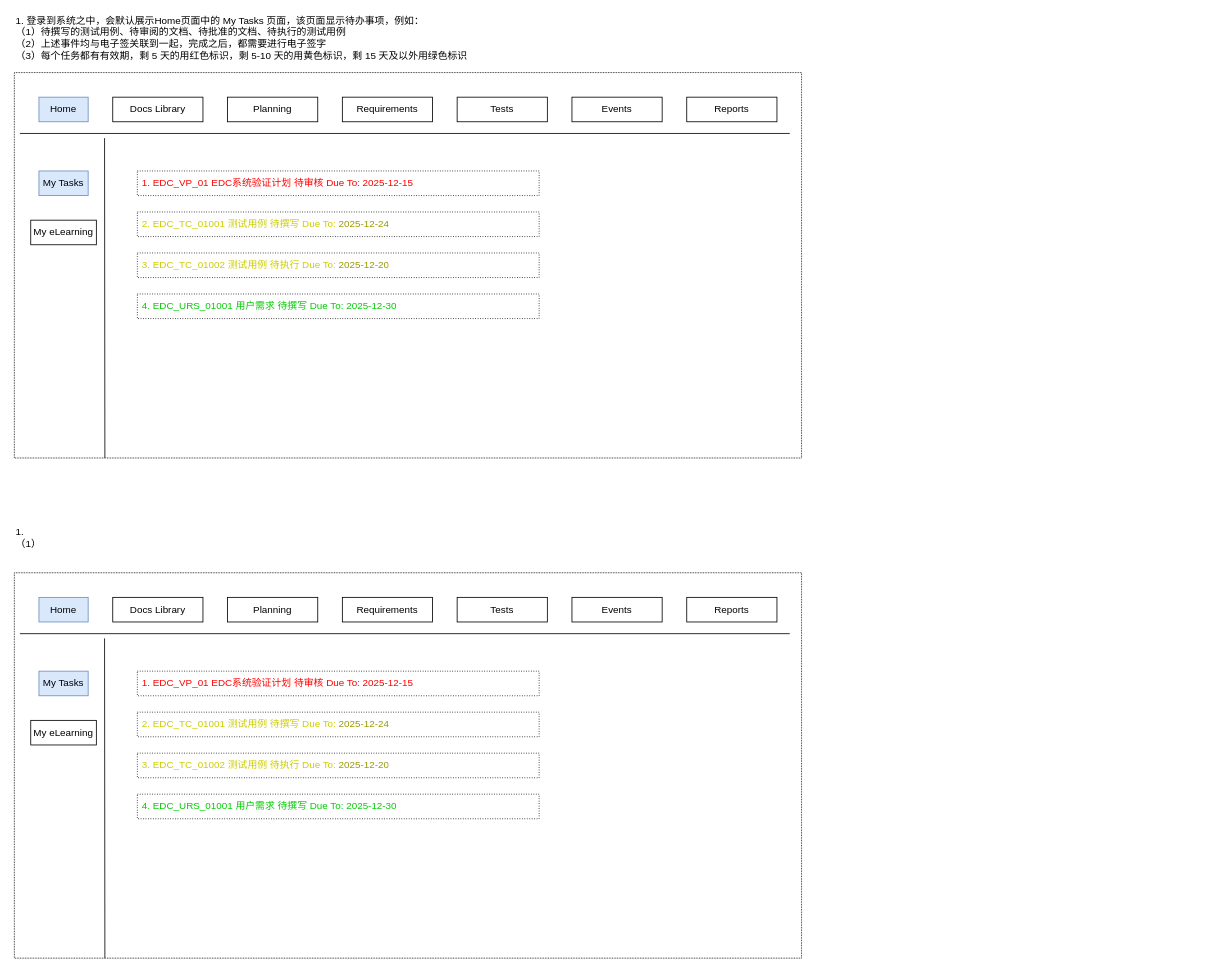
Earlier version of the draw.io diagram DrawIO/计算机化系统验证原型.drawio (religou/religou). Source tidied: cells renumbered, new cells numbered last; positions are measured from the earlier drawing's top-left corner, leaving out a move shared by most shapes. Both pictures are drawn from the tidied source at 82%, with x=0, y=0 at pixel (14, 31).
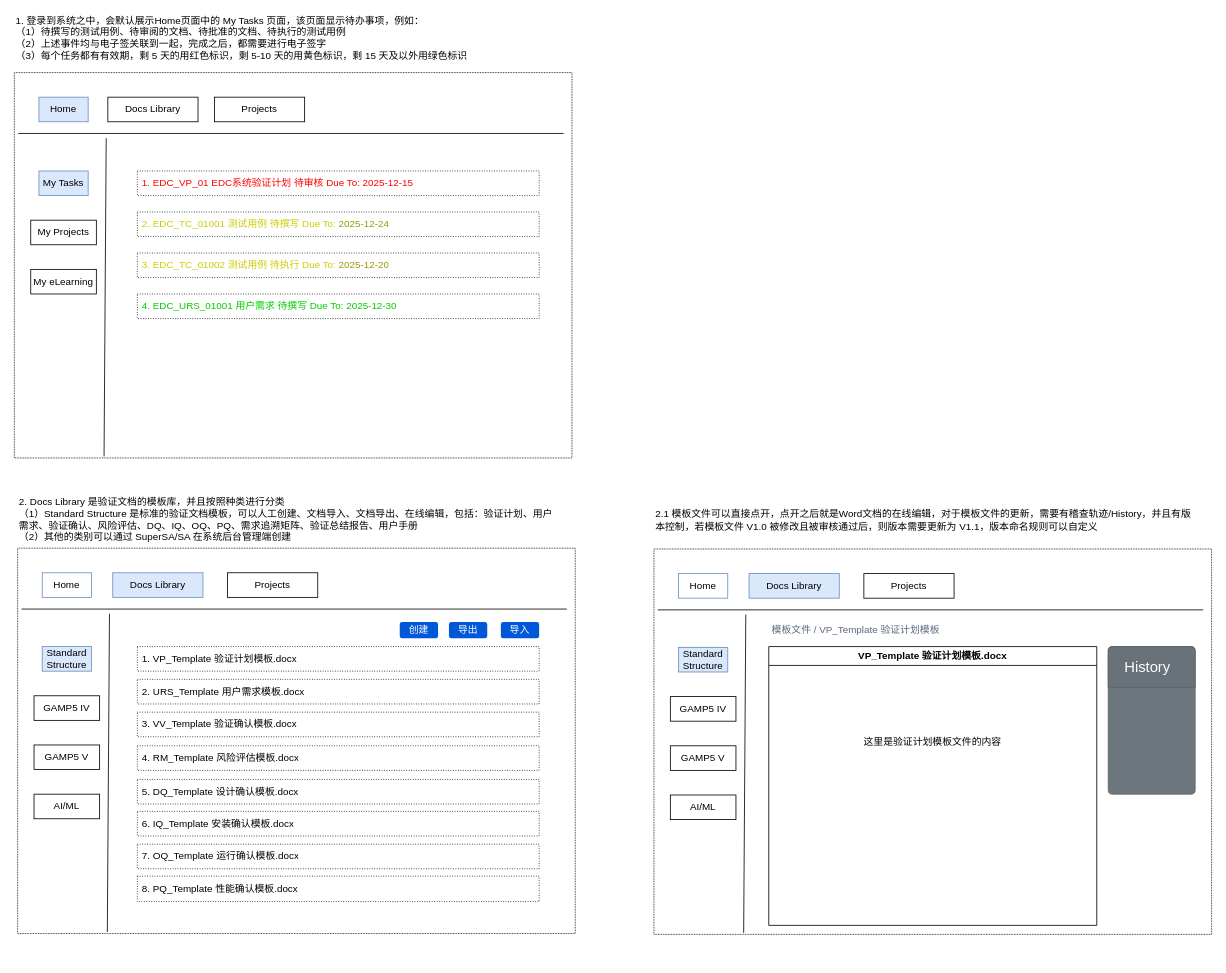
The same page after the edit.

Commit message:
更新计算机化系统验证原型.drawio

What changed in the source:
```diff
@@
     <mxCell id="2" style="rounded=0;whiteSpace=wrap;html=1;dashed=1;dashPattern=1 1;fillColor=none;" parent="1" vertex="1">
-      <mxGeometry y="50" width="960" height="470" as="geometry" />
+      <mxGeometry y="50" width="680" height="470" as="geometry" />
     </mxCell>
@@
     <mxCell id="5" value="Docs Library" style="text;html=1;whiteSpace=wrap;strokeColor=default;fillColor=none;align=center;verticalAlign=middle;rounded=0;" parent="1" vertex="1">
-      <mxGeometry x="120" y="80" width="110" height="30" as="geometry" />
+      <mxGeometry x="114" y="80" width="110" height="30" as="geometry" />
     </mxCell>
-    <mxCell id="6" value="Planning" style="text;html=1;whiteSpace=wrap;strokeColor=default;fillColor=none;align=center;verticalAlign=middle;rounded=0;" parent="1" vertex="1">
-      <mxGeometry x="260" y="80" width="110" height="30" as="geometry" />
-    </mxCell>
-    <mxCell id="7" value="Requirements" style="text;html=1;whiteSpace=wrap;strokeColor=default;fillColor=none;align=center;verticalAlign=middle;rounded=0;" parent="1" vertex="1">
-      <mxGeometry x="400" y="80" width="110" height="30" as="geometry" />
-    </mxCell>
-    <mxCell id="8" value="Tests" style="text;html=1;whiteSpace=wrap;strokeColor=default;fillColor=none;align=center;verticalAlign=middle;rounded=0;" parent="1" vertex="1">
-      <mxGeometry x="540" y="80" width="110" height="30" as="geometry" />
-    </mxCell>
-    <mxCell id="9" value="Reports" style="text;html=1;whiteSpace=wrap;strokeColor=default;fillColor=none;align=center;verticalAlign=middle;rounded=0;" parent="1" vertex="1">
-      <mxGeometry x="820" y="80" width="110" height="30" as="geometry" />
-    </mxCell>
-    <mxCell id="10" value="Events" style="text;html=1;whiteSpace=wrap;strokeColor=default;fillColor=none;align=center;verticalAlign=middle;rounded=0;" parent="1" vertex="1">
-      <mxGeometry x="680" y="80" width="110" height="30" as="geometry" />
-    </mxCell>
-    <mxCell id="11" style="endArrow=none;html=1;rounded=0;entryX=0.115;entryY=1;entryDx=0;entryDy=0;entryPerimeter=0;" parent="1" edge="1" target="2">
+    <mxCell id="11" style="endArrow=none;html=1;rounded=0;entryX=0.158;entryY=0.996;entryDx=0;entryDy=0;entryPerimeter=0;" parent="1" edge="1">
       <mxGeometry relative="1" as="geometry">
-        <mxPoint x="110" y="130" as="sourcePoint" />
+        <mxPoint x="112" y="130" as="sourcePoint" />
+        <mxPoint x="109.4" y="518.1" as="targetPoint" />
       </mxGeometry>
     </mxCell>
@@
     <mxCell id="13" value="My eLearning" style="text;html=1;whiteSpace=wrap;strokeColor=default;fillColor=none;align=center;verticalAlign=middle;rounded=0;" parent="1" vertex="1">
-      <mxGeometry x="20" y="230" width="80" height="30" as="geometry" />
+      <mxGeometry x="20" y="290" width="80" height="30" as="geometry" />
     </mxCell>
@@
-    <mxCell id="19" style="rounded=0;whiteSpace=wrap;html=1;dashed=1;dashPattern=1 1;fillColor=none;" parent="1" vertex="1">
-      <mxGeometry y="660" width="960" height="470" as="geometry" />
-    </mxCell>
-    <mxCell id="20" style="endArrow=none;html=1;rounded=0;exitX=0.007;exitY=0.158;exitDx=0;exitDy=0;exitPerimeter=0;entryX=0.985;entryY=0.158;entryDx=0;entryDy=0;entryPerimeter=0;" parent="1" edge="1" source="19" target="19">
-      <mxGeometry relative="1" as="geometry" />
-    </mxCell>
-    <mxCell id="21" value="Home" style="text;html=1;whiteSpace=wrap;strokeColor=#6c8ebf;fillColor=#dae8fc;align=center;verticalAlign=middle;rounded=0;" parent="1" vertex="1">
-      <mxGeometry x="30" y="690" width="60" height="30" as="geometry" />
-    </mxCell>
-    <mxCell id="22" value="Docs Library" style="text;html=1;whiteSpace=wrap;strokeColor=default;fillColor=none;align=center;verticalAlign=middle;rounded=0;" parent="1" vertex="1">
-      <mxGeometry x="120" y="690" width="110" height="30" as="geometry" />
-    </mxCell>
-    <mxCell id="23" value="Planning" style="text;html=1;whiteSpace=wrap;strokeColor=default;fillColor=none;align=center;verticalAlign=middle;rounded=0;" parent="1" vertex="1">
-      <mxGeometry x="260" y="690" width="110" height="30" as="geometry" />
-    </mxCell>
-    <mxCell id="24" value="Requirements" style="text;html=1;whiteSpace=wrap;strokeColor=default;fillColor=none;align=center;verticalAlign=middle;rounded=0;" parent="1" vertex="1">
-      <mxGeometry x="400" y="690" width="110" height="30" as="geometry" />
-    </mxCell>
-    <mxCell id="25" value="Tests" style="text;html=1;whiteSpace=wrap;strokeColor=default;fillColor=none;align=center;verticalAlign=middle;rounded=0;" parent="1" vertex="1">
-      <mxGeometry x="540" y="690" width="110" height="30" as="geometry" />
-    </mxCell>
-    <mxCell id="26" value="Reports" style="text;html=1;whiteSpace=wrap;strokeColor=default;fillColor=none;align=center;verticalAlign=middle;rounded=0;" parent="1" vertex="1">
-      <mxGeometry x="820" y="690" width="110" height="30" as="geometry" />
-    </mxCell>
-    <mxCell id="27" value="Events" style="text;html=1;whiteSpace=wrap;strokeColor=default;fillColor=none;align=center;verticalAlign=middle;rounded=0;" parent="1" vertex="1">
-      <mxGeometry x="680" y="690" width="110" height="30" as="geometry" />
-    </mxCell>
-    <mxCell id="28" style="endArrow=none;html=1;rounded=0;entryX=0.115;entryY=1;entryDx=0;entryDy=0;entryPerimeter=0;" parent="1" edge="1" target="19">
-      <mxGeometry relative="1" as="geometry">
-        <mxPoint x="110" y="740" as="sourcePoint" />
-      </mxGeometry>
-    </mxCell>
-    <mxCell id="29" value="My Tasks" style="text;html=1;whiteSpace=wrap;strokeColor=#6c8ebf;fillColor=#dae8fc;align=center;verticalAlign=middle;rounded=0;" parent="1" vertex="1">
-      <mxGeometry x="30" y="780" width="60" height="30" as="geometry" />
-    </mxCell>
-    <mxCell id="30" value="My eLearning" style="text;html=1;whiteSpace=wrap;strokeColor=default;fillColor=none;align=center;verticalAlign=middle;rounded=0;" parent="1" vertex="1">
-      <mxGeometry x="20" y="840" width="80" height="30" as="geometry" />
-    </mxCell>
-    <mxCell id="31" value="1.&amp;nbsp;&lt;div&gt;（1）&lt;/div&gt;&lt;div&gt;&lt;br&gt;&lt;/div&gt;" style="text;html=1;whiteSpace=wrap;strokeColor=none;fillColor=none;align=left;verticalAlign=middle;rounded=0;" parent="1" vertex="1">
-      <mxGeometry y="610" width="660" height="30" as="geometry" />
-    </mxCell>
-    <mxCell id="32" value="&lt;font style=&quot;color: rgb(255, 0, 0);&quot;&gt;1. EDC_VP_01 EDC系统验证计划 待审核 Due To: &lt;font style=&quot;color: rgb(255, 0, 0);&quot;&gt;2025-12-15&lt;/font&gt;&lt;/font&gt;" style="text;strokeColor=default;fillColor=none;align=left;verticalAlign=middle;spacingLeft=4;spacingRight=4;overflow=hidden;whiteSpace=wrap;html=1;dashed=1;dashPattern=1 2;" parent="1" vertex="1">
-      <mxGeometry x="150" y="780" width="490" height="30" as="geometry" />
-    </mxCell>
-    <mxCell id="33" value="&lt;font style=&quot;color: rgb(204, 204, 0);&quot;&gt;2. EDC_TC_01001 测试用例 待撰写 Due To: &lt;font style=&quot;color: rgb(153, 153, 0);&quot;&gt;2025-12-24&lt;/font&gt;&lt;/font&gt;" style="text;strokeColor=default;fillColor=none;align=left;verticalAlign=middle;spacingLeft=4;spacingRight=4;overflow=hidden;whiteSpace=wrap;html=1;dashed=1;dashPattern=1 2;" parent="1" vertex="1">
-      <mxGeometry x="150" y="830" width="490" height="30" as="geometry" />
-    </mxCell>
-    <mxCell id="34" value="&lt;font style=&quot;color: rgb(204, 204, 0);&quot;&gt;3. EDC_TC_01002 测试用例 待执行 Due To: &lt;font style=&quot;color: rgb(153, 153, 0);&quot;&gt;2025-12-20&lt;/font&gt;&lt;/font&gt;" style="text;strokeColor=default;fillColor=none;align=left;verticalAlign=middle;spacingLeft=4;spacingRight=4;overflow=hidden;whiteSpace=wrap;html=1;dashed=1;dashPattern=1 2;" parent="1" vertex="1">
-      <mxGeometry x="150" y="880" width="490" height="30" as="geometry" />
-    </mxCell>
-    <mxCell id="35" value="&lt;font style=&quot;color: rgb(0, 204, 0);&quot;&gt;4. EDC_URS_01001 用户需求 待撰写 Due To: &lt;font style=&quot;color: rgb(0, 204, 0);&quot;&gt;2025-12-30&lt;/font&gt;&lt;/font&gt;" style="text;strokeColor=default;fillColor=none;align=left;verticalAlign=middle;spacingLeft=4;spacingRight=4;overflow=hidden;whiteSpace=wrap;html=1;dashed=1;dashPattern=1 2;" parent="1" vertex="1">
-      <mxGeometry x="150" y="930" width="490" height="30" as="geometry" />
-    </mxCell>
+    <mxCell id="36" value="My Projects" style="text;html=1;whiteSpace=wrap;strokeColor=default;fillColor=none;align=center;verticalAlign=middle;rounded=0;" parent="1" vertex="1">
+      <mxGeometry x="20" y="230" width="80" height="30" as="geometry" />
+    </mxCell>
+    <mxCell id="37" value="Projects" style="text;html=1;whiteSpace=wrap;strokeColor=default;fillColor=none;align=center;verticalAlign=middle;rounded=0;" parent="1" vertex="1">
+      <mxGeometry x="244" y="80" width="110" height="30" as="geometry" />
+    </mxCell>
+    <mxCell id="38" style="rounded=0;whiteSpace=wrap;html=1;dashed=1;dashPattern=1 1;fillColor=none;" parent="1" vertex="1">
+      <mxGeometry x="4" y="630" width="680" height="470" as="geometry" />
+    </mxCell>
+    <mxCell id="39" style="endArrow=none;html=1;rounded=0;exitX=0.007;exitY=0.158;exitDx=0;exitDy=0;exitPerimeter=0;entryX=0.985;entryY=0.158;entryDx=0;entryDy=0;entryPerimeter=0;" parent="1" edge="1" source="38" target="38">
+      <mxGeometry relative="1" as="geometry" />
+    </mxCell>
+    <mxCell id="40" value="Home" style="text;html=1;whiteSpace=wrap;strokeColor=#6c8ebf;fillColor=none;align=center;verticalAlign=middle;rounded=0;" parent="1" vertex="1">
+      <mxGeometry x="34" y="660" width="60" height="30" as="geometry" />
+    </mxCell>
+    <mxCell id="41" value="Docs Library" style="text;html=1;whiteSpace=wrap;strokeColor=#6c8ebf;fillColor=#dae8fc;align=center;verticalAlign=middle;rounded=0;" parent="1" vertex="1">
+      <mxGeometry x="120" y="660" width="110" height="30" as="geometry" />
+    </mxCell>
+    <mxCell id="42" style="endArrow=none;html=1;rounded=0;entryX=0.158;entryY=0.996;entryDx=0;entryDy=0;entryPerimeter=0;" parent="1" edge="1">
+      <mxGeometry relative="1" as="geometry">
+        <mxPoint x="116" y="710" as="sourcePoint" />
+        <mxPoint x="113.4" y="1098.1" as="targetPoint" />
+      </mxGeometry>
+    </mxCell>
+    <mxCell id="43" value="Standard Structure" style="text;html=1;whiteSpace=wrap;strokeColor=#6c8ebf;fillColor=#dae8fc;align=center;verticalAlign=middle;rounded=0;" parent="1" vertex="1">
+      <mxGeometry x="34" y="750" width="60" height="30" as="geometry" />
+    </mxCell>
+    <mxCell id="44" value="GAMP5 V" style="text;html=1;whiteSpace=wrap;strokeColor=default;fillColor=none;align=center;verticalAlign=middle;rounded=0;" parent="1" vertex="1">
+      <mxGeometry x="24" y="870" width="80" height="30" as="geometry" />
+    </mxCell>
+    <mxCell id="45" value="2. Docs Library 是验证文档的模板库，并且按照种类进行分类&lt;div&gt;（1）Standard Structure 是标准的验证文档模板，可以人工创建、文档导入、文档导出、在线编辑，包括：验证计划、用户需求、验证确认、风险评估、DQ、IQ、OQ、PQ、需求追溯矩阵、验证总结报告、用户手册&lt;/div&gt;&lt;div&gt;（2）其他的类别可以通过 SuperSA/SA 在系统后台管理端创建&lt;/div&gt;" style="text;html=1;whiteSpace=wrap;strokeColor=none;fillColor=none;align=left;verticalAlign=middle;rounded=0;" parent="1" vertex="1">
+      <mxGeometry x="4" y="580" width="660" height="30" as="geometry" />
+    </mxCell>
+    <mxCell id="46" value="&lt;font style=&quot;&quot;&gt;1. VP_Template 验证计划模板.docx&lt;/font&gt;" style="text;strokeColor=default;fillColor=none;align=left;verticalAlign=middle;spacingLeft=4;spacingRight=4;overflow=hidden;whiteSpace=wrap;html=1;dashed=1;dashPattern=1 2;fontColor=#000000;" parent="1" vertex="1">
+      <mxGeometry x="150" y="750" width="490" height="30" as="geometry" />
+    </mxCell>
+    <mxCell id="47" value="GAMP5 IV" style="text;html=1;whiteSpace=wrap;strokeColor=default;fillColor=none;align=center;verticalAlign=middle;rounded=0;" parent="1" vertex="1">
+      <mxGeometry x="24" y="810" width="80" height="30" as="geometry" />
+    </mxCell>
+    <mxCell id="48" value="Projects" style="text;html=1;whiteSpace=wrap;strokeColor=default;fillColor=none;align=center;verticalAlign=middle;rounded=0;" parent="1" vertex="1">
+      <mxGeometry x="260" y="660" width="110" height="30" as="geometry" />
+    </mxCell>
+    <mxCell id="49" value="AI/ML" style="text;html=1;whiteSpace=wrap;strokeColor=default;fillColor=none;align=center;verticalAlign=middle;rounded=0;" parent="1" vertex="1">
+      <mxGeometry x="24" y="930" width="80" height="30" as="geometry" />
+    </mxCell>
+    <mxCell id="50" value="&lt;font style=&quot;&quot;&gt;2. URS_Template 用户需求模板.docx&lt;/font&gt;" style="text;strokeColor=default;fillColor=none;align=left;verticalAlign=middle;spacingLeft=4;spacingRight=4;overflow=hidden;whiteSpace=wrap;html=1;dashed=1;dashPattern=1 2;fontColor=#000000;" parent="1" vertex="1">
+      <mxGeometry x="150" y="790" width="490" height="30" as="geometry" />
+    </mxCell>
+    <mxCell id="51" value="&lt;font style=&quot;&quot;&gt;3. VV_Template 验证确认模板.docx&lt;/font&gt;" style="text;strokeColor=default;fillColor=none;align=left;verticalAlign=middle;spacingLeft=4;spacingRight=4;overflow=hidden;whiteSpace=wrap;html=1;dashed=1;dashPattern=1 2;fontColor=#000000;" parent="1" vertex="1">
+      <mxGeometry x="150" y="830" width="490" height="30" as="geometry" />
+    </mxCell>
+    <mxCell id="52" value="&lt;font style=&quot;&quot;&gt;4. RM_Template 风险评估模板.docx&lt;/font&gt;" style="text;strokeColor=default;fillColor=none;align=left;verticalAlign=middle;spacingLeft=4;spacingRight=4;overflow=hidden;whiteSpace=wrap;html=1;dashed=1;dashPattern=1 2;fontColor=#000000;" parent="1" vertex="1">
+      <mxGeometry x="150" y="871" width="490" height="30" as="geometry" />
+    </mxCell>
+    <mxCell id="53" value="&lt;font style=&quot;&quot;&gt;5. DQ_Template 设计确认模板.docx&lt;/font&gt;" style="text;strokeColor=default;fillColor=none;align=left;verticalAlign=middle;spacingLeft=4;spacingRight=4;overflow=hidden;whiteSpace=wrap;html=1;dashed=1;dashPattern=1 2;fontColor=#000000;" parent="1" vertex="1">
+      <mxGeometry x="150" y="912" width="490" height="30" as="geometry" />
+    </mxCell>
+    <mxCell id="54" value="&lt;font style=&quot;&quot;&gt;6. IQ_Template 安装确认模板.docx&lt;/font&gt;" style="text;strokeColor=default;fillColor=none;align=left;verticalAlign=middle;spacingLeft=4;spacingRight=4;overflow=hidden;whiteSpace=wrap;html=1;dashed=1;dashPattern=1 2;fontColor=#000000;" parent="1" vertex="1">
+      <mxGeometry x="150" y="951" width="490" height="30" as="geometry" />
+    </mxCell>
+    <mxCell id="55" value="&lt;font style=&quot;&quot;&gt;7. OQ_Template 运行确认模板.docx&lt;/font&gt;" style="text;strokeColor=default;fillColor=none;align=left;verticalAlign=middle;spacingLeft=4;spacingRight=4;overflow=hidden;whiteSpace=wrap;html=1;dashed=1;dashPattern=1 2;fontColor=#000000;" parent="1" vertex="1">
+      <mxGeometry x="150" y="991" width="490" height="30" as="geometry" />
+    </mxCell>
+    <mxCell id="56" value="&lt;font style=&quot;&quot;&gt;8. PQ_Template 性能确认模板.docx&lt;/font&gt;" style="text;strokeColor=default;fillColor=none;align=left;verticalAlign=middle;spacingLeft=4;spacingRight=4;overflow=hidden;whiteSpace=wrap;html=1;dashed=1;dashPattern=1 2;fontColor=#000000;" parent="1" vertex="1">
+      <mxGeometry x="150" y="1030" width="490" height="31" as="geometry" />
+    </mxCell>
+    <mxCell id="57" value="创建" style="rounded=1;fillColor=#0057D8;strokeColor=none;html=1;whiteSpace=wrap;fontColor=#ffffff;align=center;verticalAlign=middle;fontStyle=0;fontSize=12;sketch=0;" parent="1" vertex="1">
+      <mxGeometry x="470" y="720" width="46.7" height="20" as="geometry" />
+    </mxCell>
+    <mxCell id="58" value="导出" style="rounded=1;fillColor=#0057D8;strokeColor=none;html=1;whiteSpace=wrap;fontColor=#ffffff;align=center;verticalAlign=middle;fontStyle=0;fontSize=12;sketch=0;" parent="1" vertex="1">
+      <mxGeometry x="530" y="720" width="46.7" height="20" as="geometry" />
+    </mxCell>
+    <mxCell id="59" value="导入" style="rounded=1;fillColor=#0057D8;strokeColor=none;html=1;whiteSpace=wrap;fontColor=#ffffff;align=center;verticalAlign=middle;fontStyle=0;fontSize=12;sketch=0;" parent="1" vertex="1">
+      <mxGeometry x="593.3" y="720" width="46.7" height="20" as="geometry" />
+    </mxCell>
+    <mxCell id="60" value="这里是验证计划模板文件的内容" style="rounded=0;whiteSpace=wrap;html=1;dashed=1;dashPattern=1 1;fillColor=none;" parent="1" vertex="1">
+      <mxGeometry x="780" y="631" width="680" height="470" as="geometry" />
+    </mxCell>
+    <mxCell id="61" style="endArrow=none;html=1;rounded=0;exitX=0.007;exitY=0.158;exitDx=0;exitDy=0;exitPerimeter=0;entryX=0.985;entryY=0.158;entryDx=0;entryDy=0;entryPerimeter=0;" parent="1" edge="1" source="60" target="60">
+      <mxGeometry relative="1" as="geometry" />
+    </mxCell>
+    <mxCell id="62" value="Home" style="text;html=1;whiteSpace=wrap;strokeColor=#6c8ebf;fillColor=none;align=center;verticalAlign=middle;rounded=0;" parent="1" vertex="1">
+      <mxGeometry x="810" y="661" width="60" height="30" as="geometry" />
+    </mxCell>
+    <mxCell id="63" value="Docs Library" style="text;html=1;whiteSpace=wrap;strokeColor=#6c8ebf;fillColor=#dae8fc;align=center;verticalAlign=middle;rounded=0;" parent="1" vertex="1">
+      <mxGeometry x="896" y="661" width="110" height="30" as="geometry" />
+    </mxCell>
+    <mxCell id="64" style="endArrow=none;html=1;rounded=0;entryX=0.158;entryY=0.996;entryDx=0;entryDy=0;entryPerimeter=0;" parent="1" edge="1">
+      <mxGeometry relative="1" as="geometry">
+        <mxPoint x="892" y="711" as="sourcePoint" />
+        <mxPoint x="889.4" y="1099.1" as="targetPoint" />
+      </mxGeometry>
+    </mxCell>
+    <mxCell id="65" value="Standard Structure" style="text;html=1;whiteSpace=wrap;strokeColor=#6c8ebf;fillColor=#dae8fc;align=center;verticalAlign=middle;rounded=0;" parent="1" vertex="1">
+      <mxGeometry x="810" y="751" width="60" height="30" as="geometry" />
+    </mxCell>
+    <mxCell id="66" value="GAMP5 V" style="text;html=1;whiteSpace=wrap;strokeColor=default;fillColor=none;align=center;verticalAlign=middle;rounded=0;" parent="1" vertex="1">
+      <mxGeometry x="800" y="871" width="80" height="30" as="geometry" />
+    </mxCell>
+    <mxCell id="67" value="2.1 模板文件可以直接点开，点开之后就是Word文档的在线编辑，对于模板文件的更新，需要有稽查轨迹/History，并且有版本控制，若模板文件 V1.0 被修改且被审核通过后，则版本需要更新为 V1.1，版本命名规则可以自定义" style="text;html=1;whiteSpace=wrap;strokeColor=none;fillColor=none;align=left;verticalAlign=middle;rounded=0;" parent="1" vertex="1">
+      <mxGeometry x="780" y="581" width="660" height="30" as="geometry" />
+    </mxCell>
+    <mxCell id="68" value="GAMP5 IV" style="text;html=1;whiteSpace=wrap;strokeColor=default;fillColor=none;align=center;verticalAlign=middle;rounded=0;" parent="1" vertex="1">
+      <mxGeometry x="800" y="811" width="80" height="30" as="geometry" />
+    </mxCell>
+    <mxCell id="69" value="Projects" style="text;html=1;whiteSpace=wrap;strokeColor=default;fillColor=none;align=center;verticalAlign=middle;rounded=0;" parent="1" vertex="1">
+      <mxGeometry x="1036" y="661" width="110" height="30" as="geometry" />
+    </mxCell>
+    <mxCell id="70" value="AI/ML" style="text;html=1;whiteSpace=wrap;strokeColor=default;fillColor=none;align=center;verticalAlign=middle;rounded=0;" parent="1" vertex="1">
+      <mxGeometry x="800" y="931" width="80" height="30" as="geometry" />
+    </mxCell>
+    <mxCell id="71" value="模板文件 / VP_Template 验证计划模板" style="fillColor=none;strokeColor=none;html=1;fontColor=#596780;align=left;verticalAlign=middle;whiteSpace=wrap;fontSize=12;fontStyle=0;" parent="1" vertex="1">
+      <mxGeometry x="922" y="717.5" width="360" height="25" as="geometry" />
+    </mxCell>
+    <mxCell id="72" value="VP_Template 验证计划模板.docx" style="swimlane;whiteSpace=wrap;html=1;" parent="1" vertex="1">
+      <mxGeometry x="920" y="750" width="400" height="340" as="geometry" />
+    </mxCell>
+    <mxCell id="73" style="html=1;shadow=0;dashed=0;shape=mxgraph.bootstrap.rrect;rSize=5;strokeColor=#5B646A;html=1;whiteSpace=wrap;fillColor=#6C767D;fontColor=#ffffff;verticalAlign=bottom;align=left;spacing=20;spacingBottom=0;fontSize=14;" parent="1" vertex="1">
+      <mxGeometry x="1334" y="750" width="106" height="180" as="geometry" />
+    </mxCell>
+    <mxCell id="74" value="History" style="html=1;shadow=0;dashed=0;shape=mxgraph.bootstrap.topButton;rSize=5;perimeter=none;whiteSpace=wrap;fillColor=#697279;strokeColor=#5B646A;fontColor=#ffffff;fontSize=18;align=left;spacing=20;" parent="73" vertex="1">
+      <mxGeometry width="106" height="50" relative="1" as="geometry" />
+    </mxCell>
```
